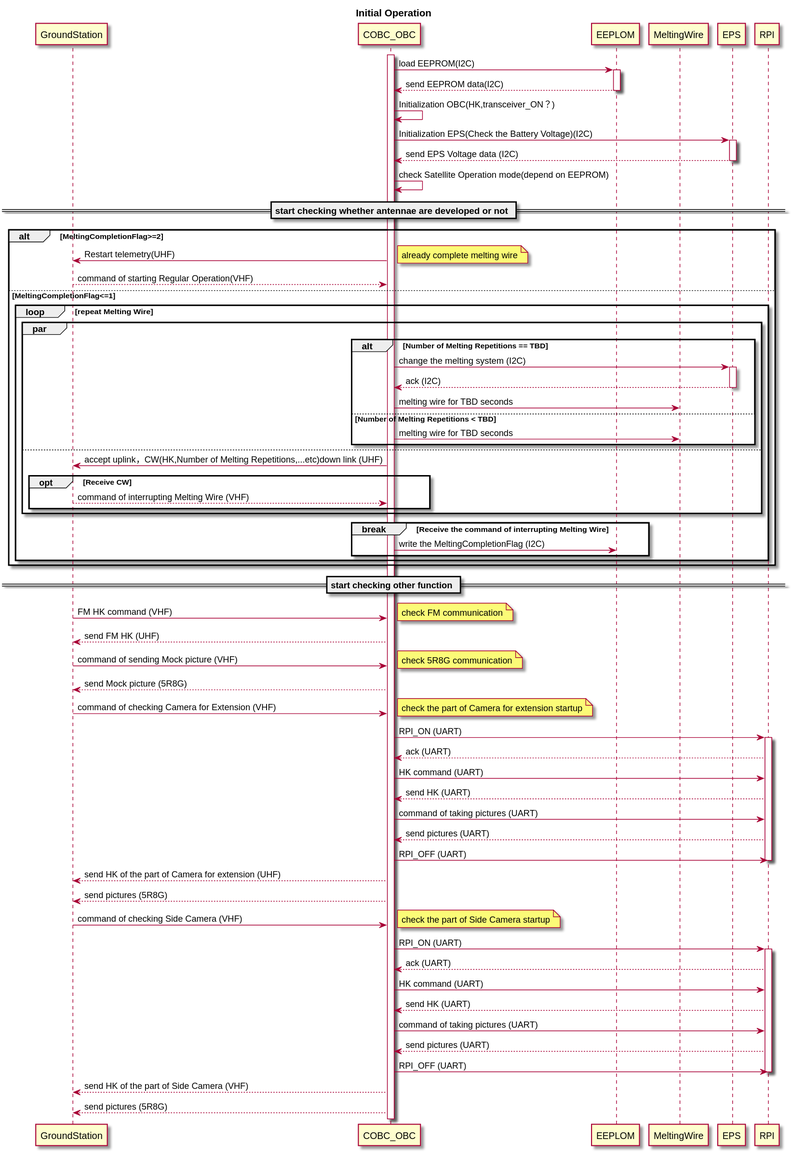
OrigamiSat1Project/Operation_UML keeps this PlantUML diagram as sequence_map/out/plactice/Initial Operation.svg. Above is the earlier version.
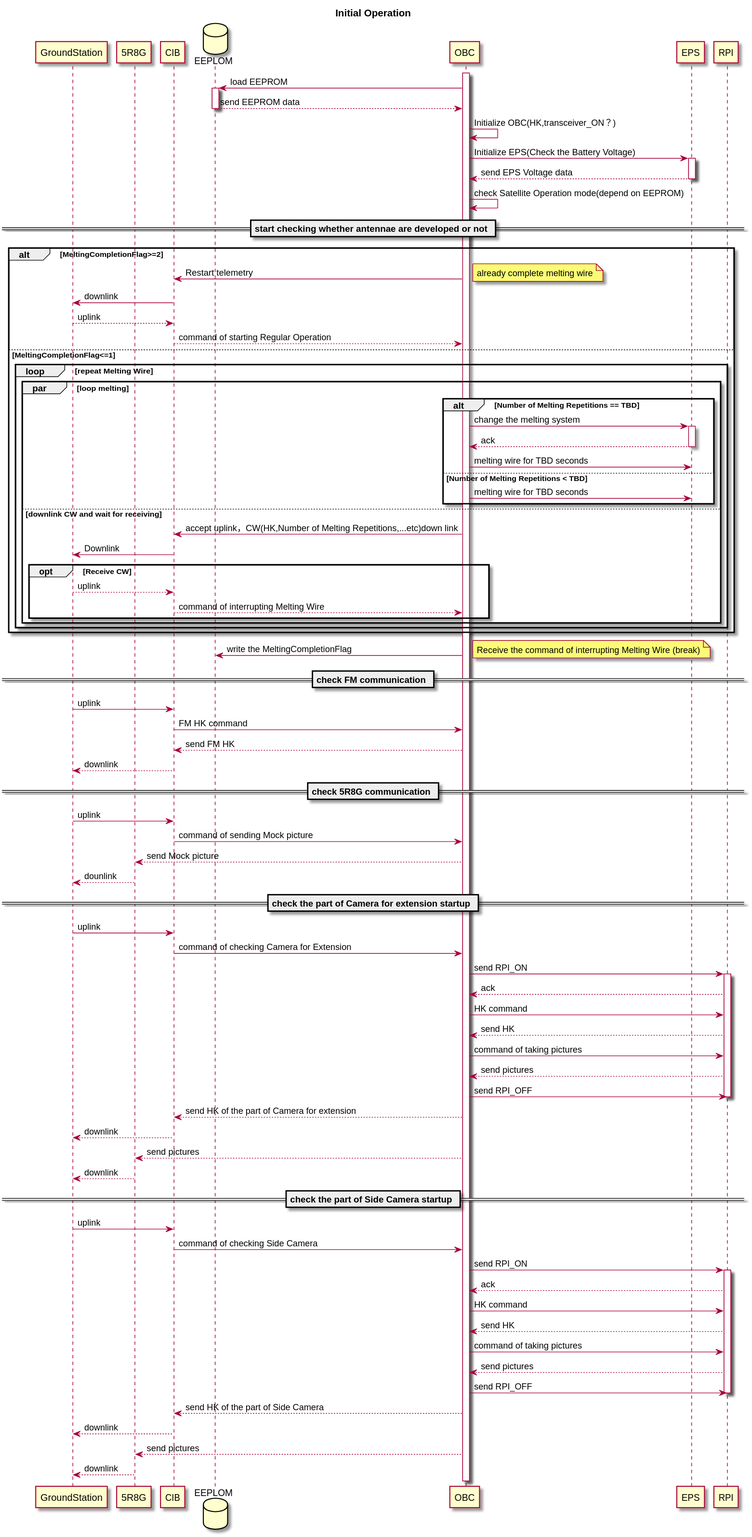
The same file after the commit.

Change to the diagram source:
```diff
@@ -1,94 +1,111 @@
 @startuml
 title Initial Operation
 participant GroundStation
-participant COBC_OBC
-participant EEPLOM
-participant MeltingWire
+participant 5R8G
+participant CIB
+database EEPLOM
+participant OBC
 participant EPS
 participant RPI
 
 
-activate COBC_OBC
+activate OBC
 
-COBC_OBC -> EEPLOM: load EEPROM(I2C)
+OBC -> EEPLOM: load EEPROM
 activate EEPLOM
-EEPLOM --> COBC_OBC: send EEPROM data(I2C)
+EEPLOM --> OBC: send EEPROM data
 deactivate EEPLOM
-COBC_OBC -> COBC_OBC: Initialization OBC(HK,transceiver_ON？)
-COBC_OBC -> EPS: Initialization EPS(Check the Battery Voltage)(I2C)
+OBC -> OBC: Initialize OBC(HK,transceiver_ON？)
+OBC -> EPS: Initialize EPS(Check the Battery Voltage)
 activate EPS
-EPS --> COBC_OBC: send EPS Voltage data (I2C)
+EPS --> OBC: send EPS Voltage data
 deactivate EPS
-COBC_OBC ->COBC_OBC: check Satellite Operation mode(depend on EEPROM)
+OBC ->OBC: check Satellite Operation mode(depend on EEPROM)
 
 == start checking whether antennae are developed or not ==
 
 alt MeltingCompletionFlag>=2
-COBC_OBC -> GroundStation: Restart telemetry(UHF)
+OBC -> CIB: Restart telemetry
 note right: already complete melting wire
-GroundStation --> COBC_OBC: command of starting Regular Operation(VHF)
+CIB -> GroundStation: downlink
+GroundStation --> CIB: uplink
+CIB --> OBC: command of starting Regular Operation
 else MeltingCompletionFlag<=1
 loop repeat Melting Wire
-par
+par loop melting
 alt Number of Melting Repetitions == TBD
-COBC_OBC -> EPS: change the melting system (I2C)
+OBC -> EPS: change the melting system
 activate EPS
-EPS --> COBC_OBC: ack (I2C)
+EPS --> OBC: ack
 deactivate EPS
-COBC_OBC -> MeltingWire: melting wire for TBD seconds
+OBC -> EPS: melting wire for TBD seconds
 else Number of Melting Repetitions < TBD
-COBC_OBC -> MeltingWire: melting wire for TBD seconds
+OBC -> EPS: melting wire for TBD seconds
 end
-else
-COBC_OBC -> GroundStation: accept uplink，CW(HK,Number of Melting Repetitions,...etc)down link (UHF)
+else downlink CW and wait for receiving
+OBC -> CIB: accept uplink，CW(HK,Number of Melting Repetitions,...etc)down link
+CIB -> GroundStation: Downlink
 opt Receive CW
-GroundStation --> COBC_OBC: command of interrupting Melting Wire (VHF)
+GroundStation --> CIB: uplink
+CIB --> OBC:  command of interrupting Melting Wire
 end
-end
-break Receive the command of interrupting Melting Wire
-COBC_OBC -> EEPLOM: write the MeltingCompletionFlag (I2C)
 end
 end
 end
 
-== start checking other function ==
+OBC -> EEPLOM: write the MeltingCompletionFlag
+note right: Receive the command of interrupting Melting Wire (break)
 
-GroundStation -> COBC_OBC : FM HK command (VHF)
-note right: check FM communication
-COBC_OBC --> GroundStation: send FM HK (UHF)
+== check FM communication ==
 
-GroundStation -> COBC_OBC: command of sending Mock picture (VHF)
-note right: check 5R8G communication
-COBC_OBC --> GroundStation: send Mock picture (5R8G)
+GroundStation -> CIB: uplink
+CIB -> OBC : FM HK command
+OBC --> CIB: send FM HK
+CIB --> GroundStation: downlink
 
-GroundStation -> COBC_OBC: command of checking Camera for Extension (VHF)
-note right: check the part of Camera for extension startup
-COBC_OBC -> RPI: RPI_ON (UART)
+== check 5R8G communication ==
+
+GroundStation -> CIB: uplink
+CIB -> OBC: command of sending Mock picture
+OBC --> 5R8G: send Mock picture
+5R8G --> GroundStation: dounlink
+
+== check the part of Camera for extension startup ==
+
+GroundStation -> CIB: uplink
+CIB -> OBC: command of checking Camera for Extension
+OBC -> RPI: send RPI_ON
 activate RPI
-RPI --> COBC_OBC: ack (UART)
-COBC_OBC -> RPI: HK command (UART)
-RPI --> COBC_OBC: send HK (UART)
-COBC_OBC -> RPI: command of taking pictures (UART)
-RPI --> COBC_OBC: send pictures (UART)
-COBC_OBC -> RPI: RPI_OFF (UART)
+RPI --> OBC: ack
+OBC -> RPI: HK command
+RPI --> OBC: send HK
+OBC -> RPI: command of taking pictures
+RPI --> OBC: send pictures
+OBC -> RPI: send RPI_OFF
 deactivate RPI
 
-COBC_OBC --> GroundStation: send HK of the part of Camera for extension (UHF)
-COBC_OBC --> GroundStation: send pictures (5R8G)
+OBC --> CIB: send HK of the part of Camera for extension
+CIB --> GroundStation: downlink
+OBC --> 5R8G: send pictures
+5R8G --> GroundStation: downlink
 
-GroundStation -> COBC_OBC: command of checking Side Camera (VHF)
-note right: check the part of Side Camera startup
-COBC_OBC -> RPI: RPI_ON (UART)
+== check the part of Side Camera startup ==
+
+GroundStation -> CIB: uplink
+CIB -> OBC: command of checking Side Camera
+OBC -> RPI: send RPI_ON
 activate RPI
-RPI --> COBC_OBC: ack (UART)
-COBC_OBC -> RPI: HK command (UART)
-RPI --> COBC_OBC: send HK (UART)
-COBC_OBC -> RPI: command of taking pictures (UART)
-RPI --> COBC_OBC: send pictures (UART)
-COBC_OBC -> RPI: RPI_OFF (UART)
+RPI --> OBC: ack
+OBC -> RPI: HK command
+RPI --> OBC: send HK
+OBC -> RPI: command of taking pictures
+RPI --> OBC: send pictures
+OBC -> RPI: send RPI_OFF
 deactivate RPI
 
-COBC_OBC --> GroundStation: send HK of the part of Side Camera (VHF)
-COBC_OBC --> GroundStation: send pictures (5R8G)
+OBC --> CIB: send HK of the part of Side Camera
+CIB --> GroundStation: downlink
+OBC --> 5R8G: send pictures
+5R8G --> GroundStation:downlink
 
 @enduml
```
